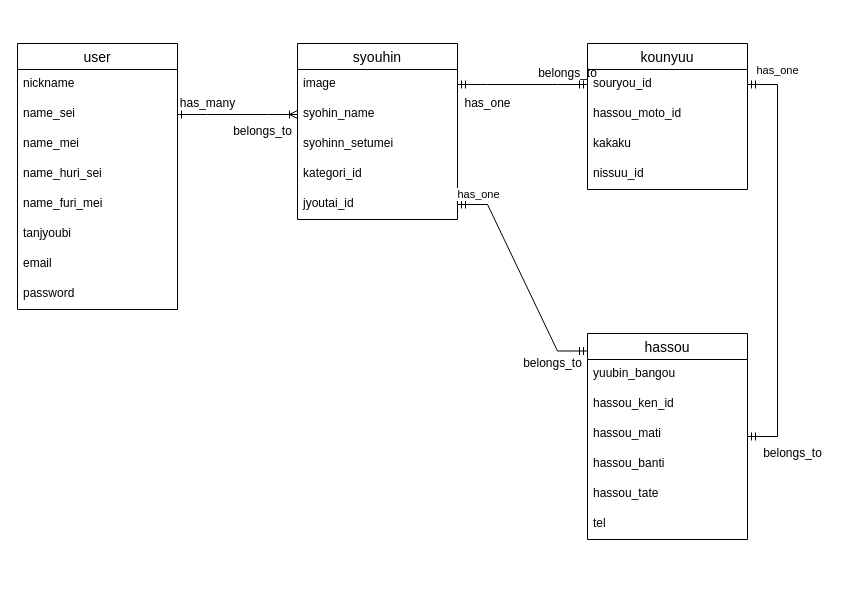
Before: DB-ER.dio in nao-ogawara0445/furima-34540, a draw.io diagram. Source tidied: cells renumbered, new cells numbered last; positions are measured from the earlier drawing's top-left corner, leaving out a move shared by most shapes. Both pictures are drawn from the tidied source at 100%, with x=0, y=0 at pixel (17, 43).
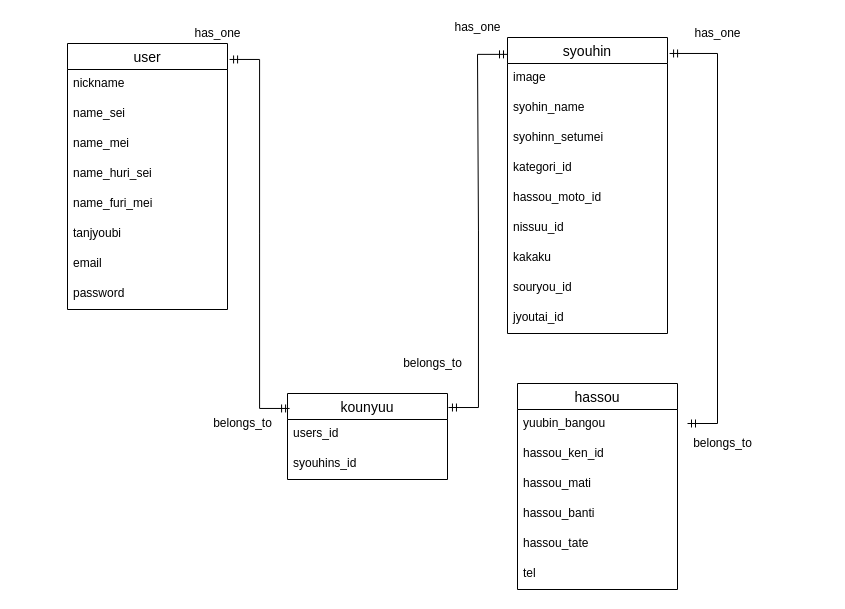
After the change.

The change refers to these unchanged cells:
```xml
<mxCell id="4" value="name_sei" style="text;strokeColor=none;fillColor=none;spacingLeft=4;spacingRight=4;overflow=hidden;points=[[0,0.5],[1,0.5]];portConstraint=eastwest;fontSize=12;" parent="2" vertex="1">
  <mxGeometry y="56" width="160" height="30" as="geometry" />
</mxCell>
<mxCell id="12" value="image" style="text;strokeColor=none;fillColor=none;spacingLeft=4;spacingRight=4;overflow=hidden;points=[[0,0.5],[1,0.5]];portConstraint=eastwest;fontSize=12;" parent="11" vertex="1">
  <mxGeometry y="26" width="160" height="30" as="geometry" />
</mxCell>
<mxCell id="13" value="syohin_name" style="text;strokeColor=none;fillColor=none;spacingLeft=4;spacingRight=4;overflow=hidden;points=[[0,0.5],[1,0.5]];portConstraint=eastwest;fontSize=12;" parent="11" vertex="1">
  <mxGeometry y="56" width="160" height="30" as="geometry" />
</mxCell>
```

Change to the diagram source:
```diff
@@
     <mxCell id="2" value="user" style="swimlane;fontStyle=0;horizontal=1;startSize=26;align=center;fontSize=14;" parent="1" vertex="1">
-      <mxGeometry width="160" height="266" as="geometry" />
+      <mxGeometry x="50" width="160" height="266" as="geometry" />
     </mxCell>
@@
     <mxCell id="11" value="syouhin" style="swimlane;fontStyle=0;horizontal=1;startSize=26;align=center;fontSize=14;" parent="1" vertex="1">
-      <mxGeometry x="280" width="160" height="176" as="geometry" />
+      <mxGeometry x="490" y="-6" width="160" height="296" as="geometry" />
     </mxCell>
@@
+    <mxCell id="19" value="hassou_moto_id" style="text;strokeColor=none;fillColor=none;spacingLeft=4;spacingRight=4;overflow=hidden;fontSize=12;fontStyle=0;" parent="11" vertex="1">
+      <mxGeometry y="146" width="160" height="30" as="geometry" />
+    </mxCell>
+    <mxCell id="21" value="nissuu_id" style="text;strokeColor=none;fillColor=none;spacingLeft=4;spacingRight=4;overflow=hidden;fontSize=12;" parent="11" vertex="1">
+      <mxGeometry y="176" width="160" height="30" as="geometry" />
+    </mxCell>
+    <mxCell id="20" value="kakaku" style="text;strokeColor=none;fillColor=none;spacingLeft=4;spacingRight=4;overflow=hidden;fontSize=12;" parent="11" vertex="1">
+      <mxGeometry y="206" width="160" height="30" as="geometry" />
+    </mxCell>
+    <mxCell id="18" value="souryou_id" style="text;strokeColor=none;fillColor=none;spacingLeft=4;spacingRight=4;overflow=hidden;points=[[0,0.5],[1,0.5]];portConstraint=eastwest;fontSize=12;" parent="11" vertex="1">
+      <mxGeometry y="236" width="160" height="30" as="geometry" />
+    </mxCell>
     <mxCell id="16" value="jyoutai_id" style="text;strokeColor=none;fillColor=none;spacingLeft=4;spacingRight=4;overflow=hidden;points=[[0,0.5],[1,0.5]];portConstraint=eastwest;fontSize=12;" parent="11" vertex="1">
-      <mxGeometry y="146" width="160" height="30" as="geometry" />
+      <mxGeometry y="266" width="160" height="30" as="geometry" />
     </mxCell>
     <mxCell id="17" value="kounyuu" style="swimlane;fontStyle=0;horizontal=1;startSize=26;align=center;fontSize=14;" parent="1" vertex="1">
-      <mxGeometry x="570" width="160" height="146" as="geometry" />
+      <mxGeometry x="270" y="350" width="160" height="86" as="geometry" />
     </mxCell>
-    <mxCell id="18" value="souryou_id" style="text;strokeColor=none;fillColor=none;spacingLeft=4;spacingRight=4;overflow=hidden;points=[[0,0.5],[1,0.5]];portConstraint=eastwest;fontSize=12;" parent="17" vertex="1">
-      <mxGeometry y="26" width="160" height="30" as="geometry" />
-    </mxCell>
-    <mxCell id="19" value="hassou_moto_id" style="text;strokeColor=none;fillColor=none;spacingLeft=4;spacingRight=4;overflow=hidden;fontSize=12;fontStyle=0;" parent="17" vertex="1">
-      <mxGeometry y="56" width="160" height="30" as="geometry" />
-    </mxCell>
-    <mxCell id="20" value="kakaku" style="text;strokeColor=none;fillColor=none;spacingLeft=4;spacingRight=4;overflow=hidden;fontSize=12;" parent="17" vertex="1">
-      <mxGeometry y="86" width="160" height="30" as="geometry" />
-    </mxCell>
-    <mxCell id="21" value="nissuu_id" style="text;strokeColor=none;fillColor=none;spacingLeft=4;spacingRight=4;overflow=hidden;fontSize=12;" parent="17" vertex="1">
-      <mxGeometry y="116" width="160" height="30" as="geometry" />
-    </mxCell>
+    <mxCell id="41" value="users_id" style="text;strokeColor=none;fillColor=none;spacingLeft=4;spacingRight=4;overflow=hidden;fontSize=12;" parent="17" vertex="1">
+      <mxGeometry y="26" width="160" height="30" as="geometry" />
+    </mxCell>
+    <mxCell id="42" value="syouhins_id" style="text;strokeColor=none;fillColor=none;spacingLeft=4;spacingRight=4;overflow=hidden;fontSize=12;" parent="17" vertex="1">
+      <mxGeometry y="56" width="160" height="30" as="geometry" />
+    </mxCell>
     <mxCell id="22" value="hassou" style="swimlane;fontStyle=0;horizontal=1;startSize=26;align=center;fontSize=14;" parent="1" vertex="1">
-      <mxGeometry x="570" y="290" width="160" height="206" as="geometry" />
+      <mxGeometry x="500" y="340" width="160" height="206" as="geometry" />
     </mxCell>
@@
-    <mxCell id="29" style="edgeStyle=entityRelationEdgeStyle;fontSize=12;html=1;endArrow=ERoneToMany;strokeWidth=1;startArrow=ERone;startFill=0;rounded=0;exitX=1;exitY=0.5;exitDx=0;exitDy=0;entryX=0;entryY=0.5;entryDx=0;entryDy=0;" parent="1" edge="1" source="4" target="13">
-      <mxGeometry relative="1" as="geometry" />
-    </mxCell>
-    <mxCell id="30" style="edgeStyle=entityRelationEdgeStyle;fontSize=12;html=1;endArrow=ERmandOne;startArrow=ERmandOne;strokeWidth=1;entryX=0;entryY=0.5;entryDx=0;entryDy=0;exitX=1;exitY=0.5;exitDx=0;exitDy=0;rounded=0;" parent="1" edge="1" source="12" target="18">
-      <mxGeometry relative="1" as="geometry" />
-    </mxCell>
-    <mxCell id="31" style="edgeStyle=entityRelationEdgeStyle;fontSize=12;html=1;endArrow=ERmandOne;startArrow=ERmandOne;strokeWidth=1;exitX=1;exitY=0.5;exitDx=0;exitDy=0;rounded=0;" parent="1" edge="1" source="18" target="22">
-      <mxGeometry relative="1" as="geometry" />
-    </mxCell>
-    <mxCell id="32" value="has_one" style="edgeLabel;html=1;align=center;verticalAlign=middle;" parent="31" vertex="1">
-      <mxGeometry x="-0.92" y="-2" relative="1" as="geometry">
-        <mxPoint x="13" y="-17" as="offset" />
-      </mxGeometry>
-    </mxCell>
-    <mxCell id="33" style="edgeStyle=entityRelationEdgeStyle;fontSize=12;html=1;endArrow=ERmandOne;startArrow=ERmandOne;strokeWidth=1;entryX=0;entryY=0.085;entryDx=0;entryDy=0;exitX=1;exitY=0.5;exitDx=0;exitDy=0;rounded=0;entryPerimeter=0;" parent="1" edge="1" source="16" target="22">
-      <mxGeometry relative="1" as="geometry" />
-    </mxCell>
-    <mxCell id="34" value="has_one" style="edgeLabel;html=1;align=center;verticalAlign=middle;" parent="33" vertex="1">
-      <mxGeometry x="-0.82" y="3" relative="1" as="geometry">
-        <mxPoint y="-8" as="offset" />
-      </mxGeometry>
-    </mxCell>
-    <mxCell id="35" value="has_many" style="text;html=1;align=center;verticalAlign=middle;" parent="1" vertex="1">
-      <mxGeometry x="155" y="50" width="70" height="20" as="geometry" />
-    </mxCell>
     <mxCell id="36" value="has_one" style="text;html=1;align=center;verticalAlign=middle;" parent="1" vertex="1">
-      <mxGeometry x="440" y="50" width="60" height="20" as="geometry" />
+      <mxGeometry x="170" y="-20" width="60" height="20" as="geometry" />
     </mxCell>
     <mxCell id="37" value="belongs_to" style="text;html=1;align=center;verticalAlign=middle;" parent="1" vertex="1">
-      <mxGeometry x="515" y="20" width="70" height="20" as="geometry" />
+      <mxGeometry x="380" y="310" width="70" height="20" as="geometry" />
     </mxCell>
     <mxCell id="38" value="belongs_to" style="text;html=1;align=center;verticalAlign=middle;" parent="1" vertex="1">
-      <mxGeometry x="500" y="310" width="70" height="20" as="geometry" />
+      <mxGeometry x="670" y="390" width="70" height="20" as="geometry" />
     </mxCell>
-    <mxCell id="39" value="belongs_to" style="text;html=1;align=center;verticalAlign=middle;" parent="1" vertex="1">
-      <mxGeometry x="740" y="400" width="70" height="20" as="geometry" />
-    </mxCell>
     <mxCell id="40" value="belongs_to" style="text;html=1;align=center;verticalAlign=middle;" parent="1" vertex="1">
-      <mxGeometry x="210" y="78" width="70" height="20" as="geometry" />
+      <mxGeometry x="190" y="370" width="70" height="20" as="geometry" />
     </mxCell>
+    <mxCell id="43" style="edgeStyle=entityRelationEdgeStyle;fontSize=12;html=1;endArrow=ERmandOne;startArrow=ERmandOne;exitX=1.013;exitY=0.06;exitDx=0;exitDy=0;exitPerimeter=0;entryX=0.013;entryY=0.174;entryDx=0;entryDy=0;entryPerimeter=0;rounded=0;" parent="1" edge="1" source="2" target="17">
+      <mxGeometry relative="1" as="geometry" />
+    </mxCell>
+    <mxCell id="44" style="edgeStyle=entityRelationEdgeStyle;fontSize=12;html=1;endArrow=ERmandOne;startArrow=ERmandOne;entryX=0;entryY=0.057;entryDx=0;entryDy=0;entryPerimeter=0;exitX=1.006;exitY=0.163;exitDx=0;exitDy=0;exitPerimeter=0;rounded=0;" parent="1" edge="1" source="17" target="11">
+      <mxGeometry relative="1" as="geometry" />
+    </mxCell>
+    <mxCell id="45" style="edgeStyle=entityRelationEdgeStyle;fontSize=12;html=1;endArrow=ERmandOne;startArrow=ERmandOne;entryX=1.013;entryY=0.054;entryDx=0;entryDy=0;entryPerimeter=0;rounded=0;" parent="1" edge="1" target="11">
+      <mxGeometry relative="1" as="geometry">
+        <mxPoint x="670" y="380" as="sourcePoint" />
+      </mxGeometry>
+    </mxCell>
+    <mxCell id="46" value="has_one" style="text;html=1;align=center;verticalAlign=middle;" parent="1" vertex="1">
+      <mxGeometry x="430" y="-26" width="60" height="20" as="geometry" />
+    </mxCell>
+    <mxCell id="47" value="has_one" style="text;html=1;align=center;verticalAlign=middle;" parent="1" vertex="1">
+      <mxGeometry x="670" y="-20" width="60" height="20" as="geometry" />
+    </mxCell>
```
